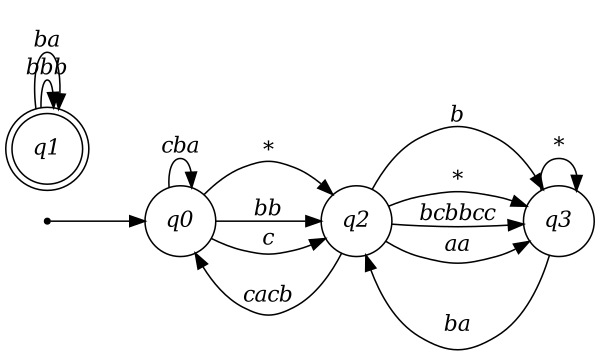
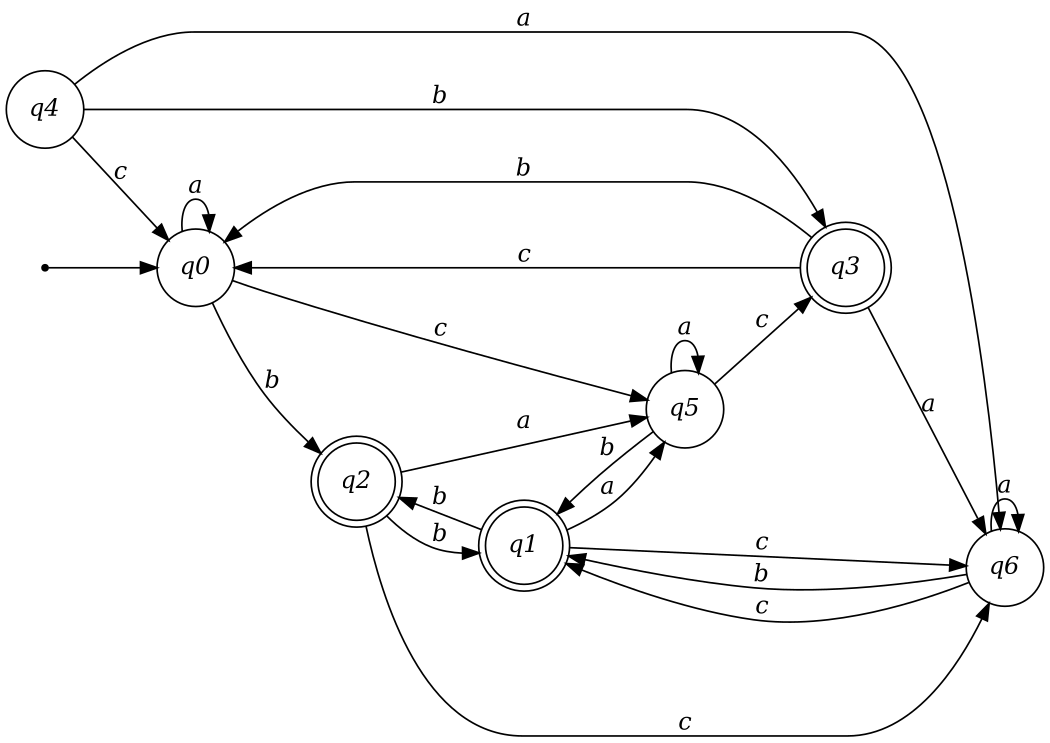
digraph finite_state_machine {
  rankdir=LR;
-   size="4"
+   size="7"
  node [fontname="times-italic"];
  edge [fontname="times-italic"];
  node [shape = point]; qi
-   node [shape = doublecircle]; q1;
+   node [shape = doublecircle]; q1,q2,q3;
  node [shape = circle];
  qi -> q0;
-   q2 -> q0 [ label = "cacb" ];
-   q2 -> q3 [ label = "b" ];
-   q1 -> q1 [ label = "bbb" ];
-   q1 -> q1 [ label = "ba" ];
-   q0 -> q0 [ label = "cba" ];
-   q2 -> q3 [ label = "*" ];
-   q0 -> q2 [ label = "*" ];
-   q0 -> q2 [ label = "bb" ];
-   q2 -> q3 [ label = "bcbbcc" ];
-   q3 -> q3 [ label = "*" ];
-   q3 -> q2 [ label = "ba" ];
-   q2 -> q3 [ label = "aa" ];
-   q0 -> q2 [ label = "c" ];
+   q0 -> q0 [ label = "a" ];
+   q0 -> q2 [ label = "b" ];
+   q0 -> q5 [ label = "c" ];
+   q1 -> q5 [ label = "a" ];
+   q1 -> q2 [ label = "b" ];
+   q1 -> q6 [ label = "c" ];
+   q2 -> q5 [ label = "a" ];
+   q2 -> q1 [ label = "b" ];
+   q2 -> q6 [ label = "c" ];
+   q3 -> q6 [ label = "a" ];
+   q3 -> q0 [ label = "b" ];
+   q3 -> q0 [ label = "c" ];
+   q4 -> q6 [ label = "a" ];
+   q4 -> q3 [ label = "b" ];
+   q4 -> q0 [ label = "c" ];
+   q5 -> q5 [ label = "a" ];
+   q5 -> q1 [ label = "b" ];
+   q5 -> q3 [ label = "c" ];
+   q6 -> q6 [ label = "a" ];
+   q6 -> q1 [ label = "b" ];
+   q6 -> q1 [ label = "c" ];
}
